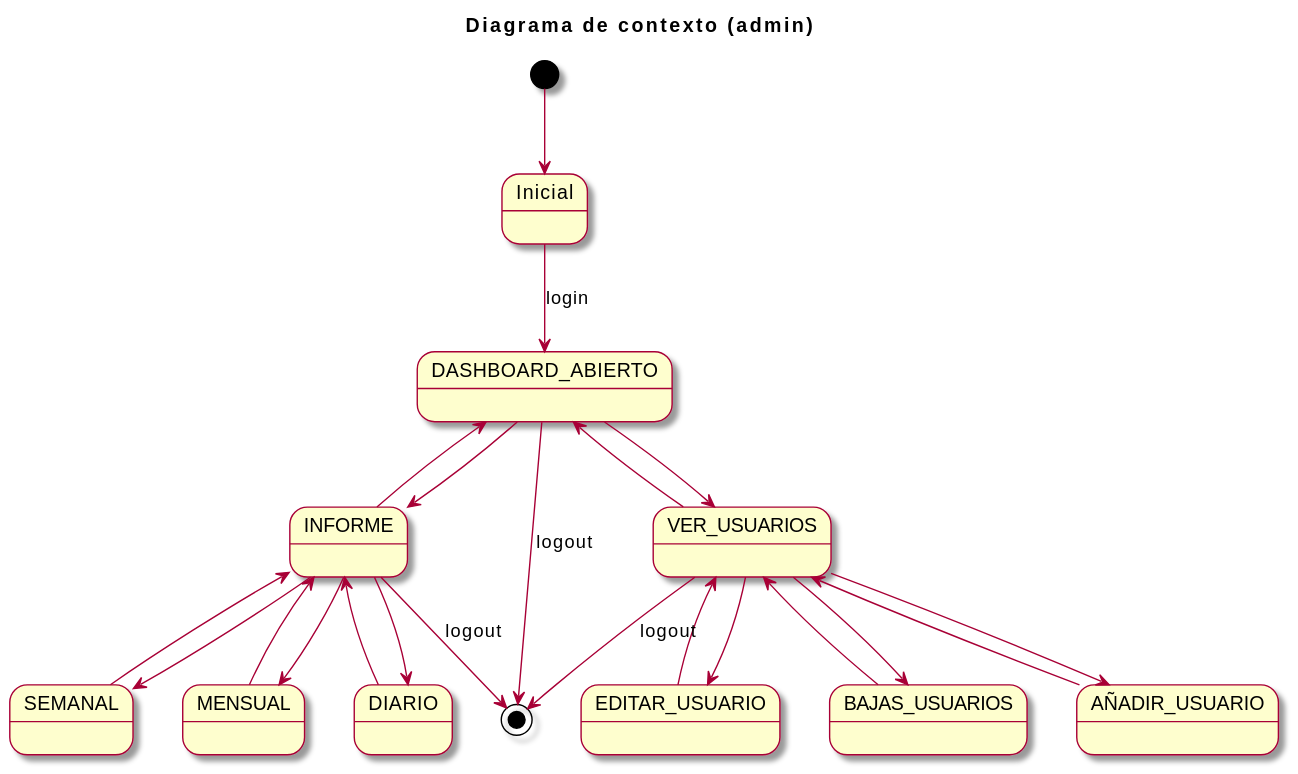
Earlier version of the PlantUML export imagenes/casosDeUso/diagramaContexto(admin).svg (mmasias/23-24-IdSw1-SDR).
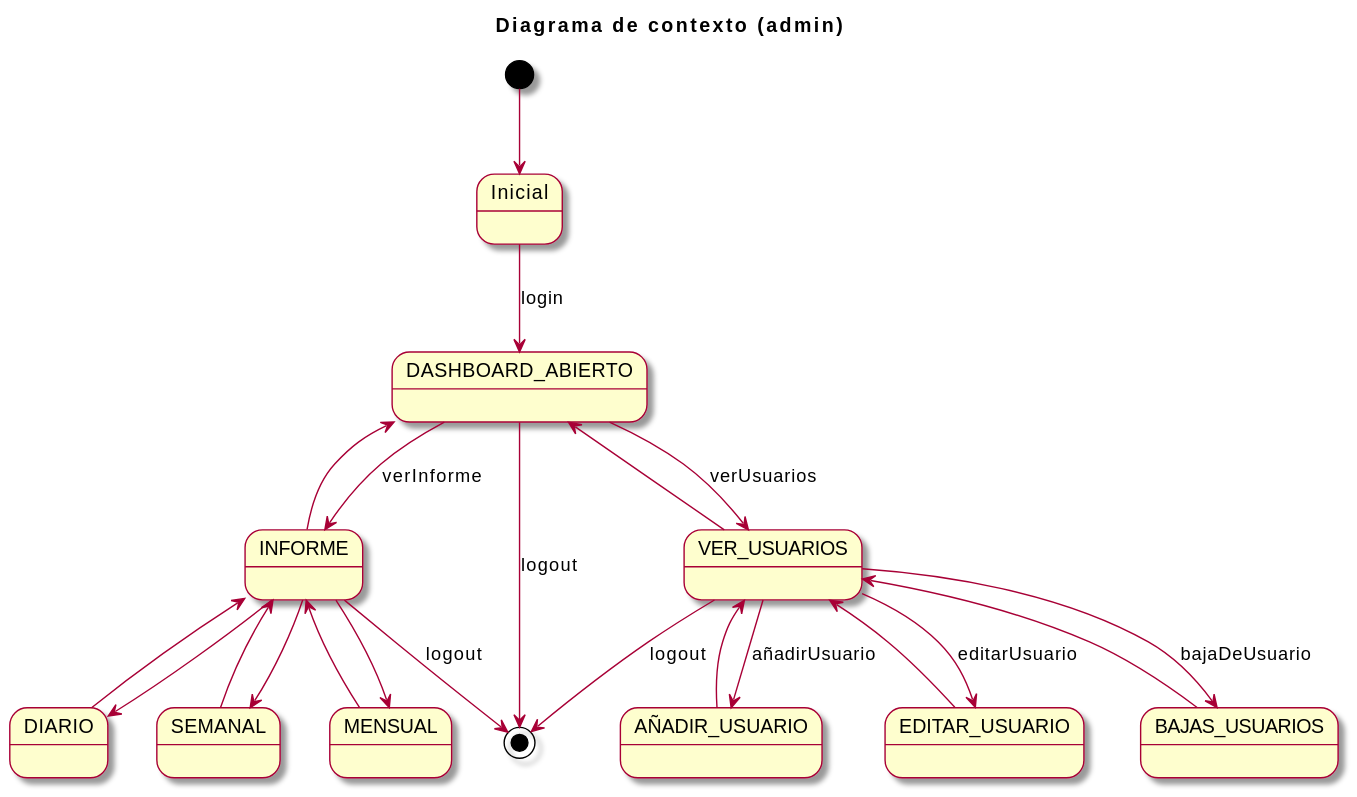
After the commit.

Commit message:
actualizando imagenes de diagramas de contexto

The edit, as a diff of the source:
```diff
@@ -6,18 +6,18 @@
 
 Inicial -d-> DASHBOARD_ABIERTO : login
 
-DASHBOARD_ABIERTO --> VER_USUARIOS
+DASHBOARD_ABIERTO --> VER_USUARIOS : verUsuarios
 DASHBOARD_ABIERTO <-- VER_USUARIOS
 
 VER_USUARIOS <-- AÑADIR_USUARIO
 VER_USUARIOS <-- EDITAR_USUARIO
 VER_USUARIOS <-- BAJAS_USUARIOS
 
-VER_USUARIOS --> AÑADIR_USUARIO
-VER_USUARIOS --> EDITAR_USUARIO
-VER_USUARIOS --> BAJAS_USUARIOS
+VER_USUARIOS --> AÑADIR_USUARIO : añadirUsuario
+VER_USUARIOS --> EDITAR_USUARIO : editarUsuario
+VER_USUARIOS --> BAJAS_USUARIOS : bajaDeUsuario
 
-DASHBOARD_ABIERTO --> INFORME
+DASHBOARD_ABIERTO --> INFORME : verInforme
 DASHBOARD_ABIERTO <-- INFORME
 
 INFORME --> DIARIO
```
